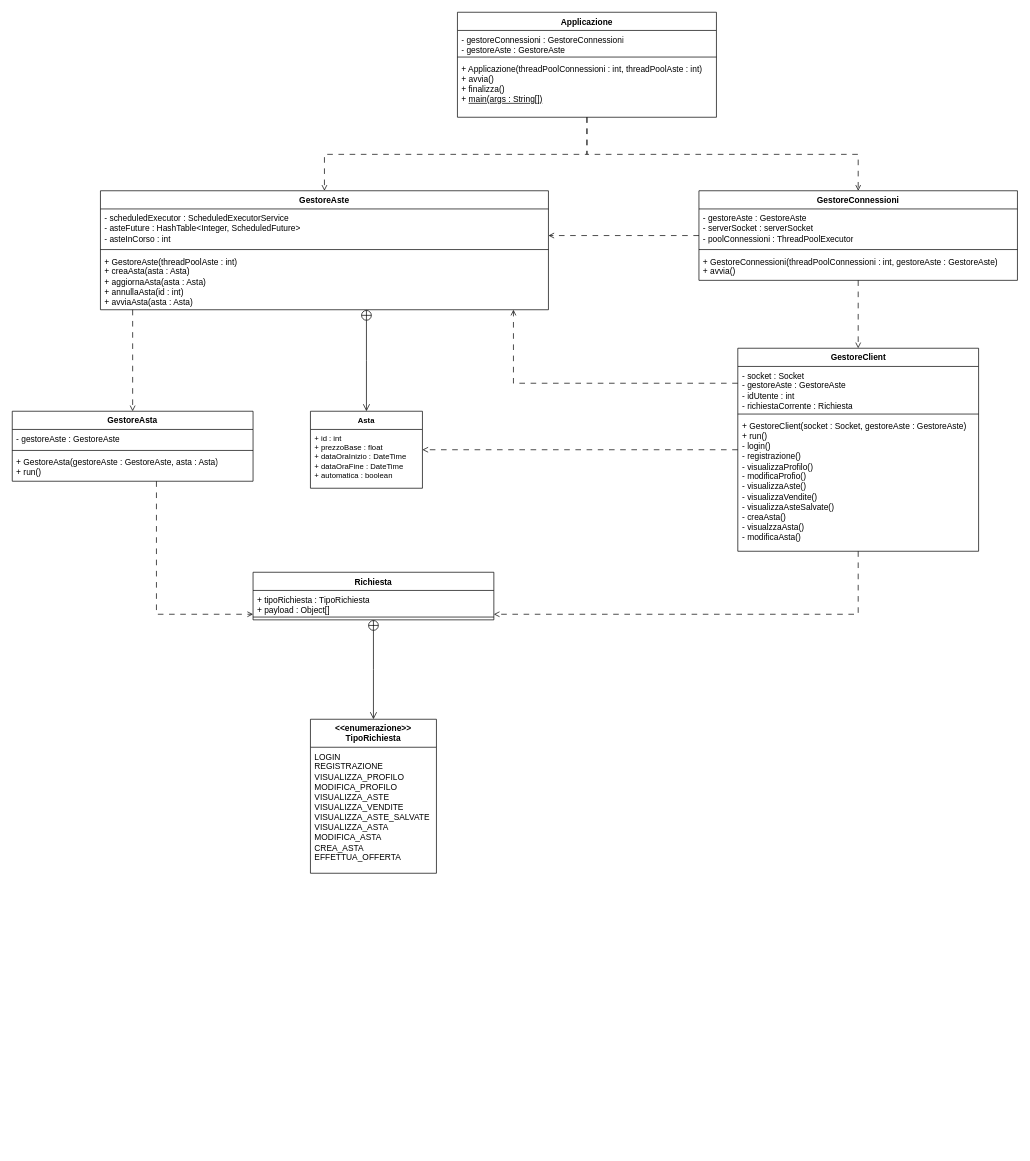
Before: documenti/DC-Server.drawio in Chaos-Rat/GAO, a draw.io diagram. Source tidied: cells renumbered, new cells numbered last; positions are measured from the earlier drawing's top-left corner, leaving out a move shared by most shapes. Both pictures are drawn from the tidied source at 70%, with x=0, y=0 at pixel (12, 12).
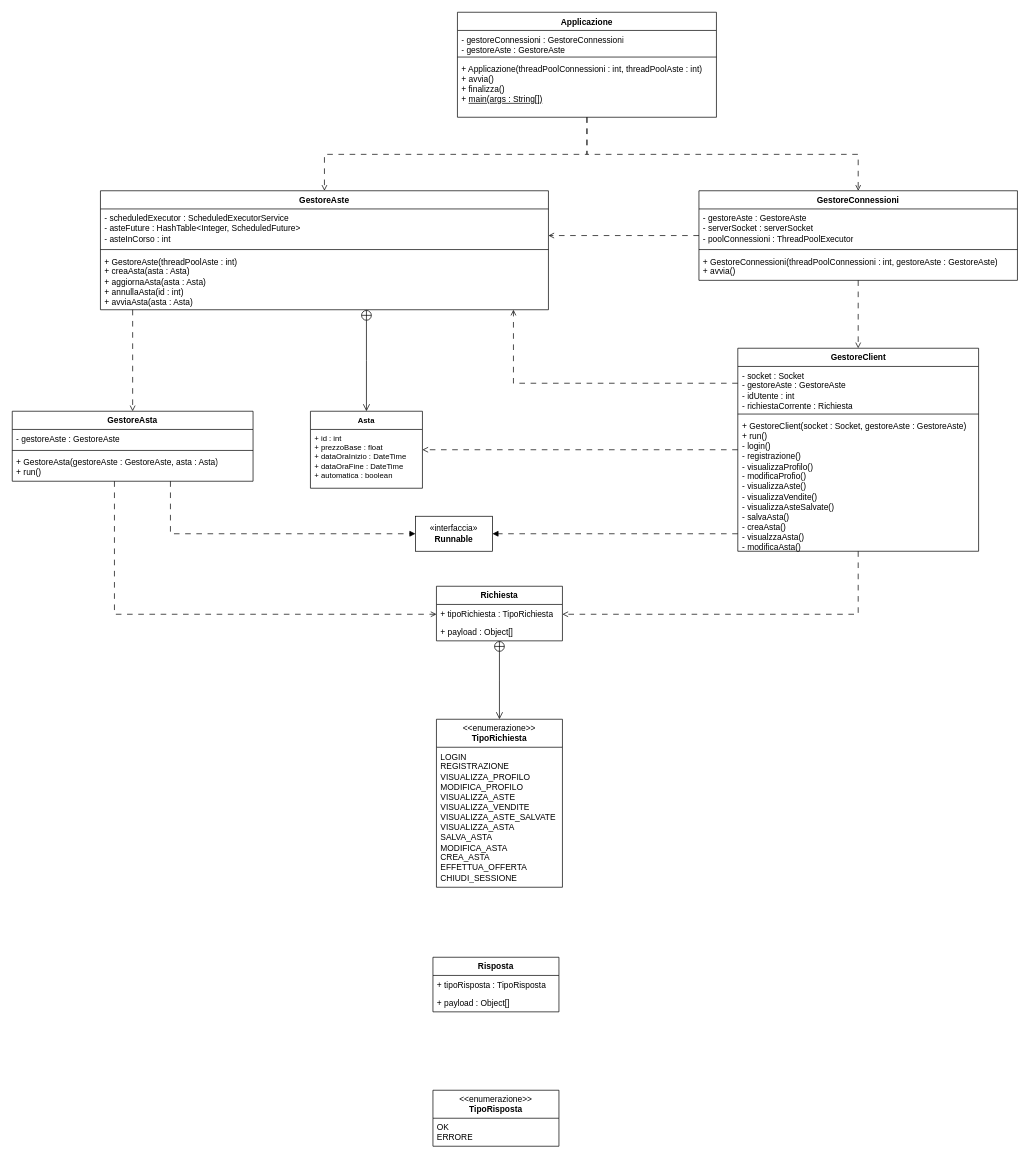
The same diagram, later.

Commit message:
Aggiornato digramma classi server

The change refers to these unchanged cells:
```xml
<mxCell id="10" value="GestoreClient" style="swimlane;fontStyle=1;align=center;verticalAlign=top;horizontal=1;startSize=26;whiteSpace=wrap;html=1;" parent="1" vertex="1">
  <mxGeometry x="1036.5" y="480" width="344" height="290" as="geometry" />
</mxCell>
<mxCell id="29" value="GestoreAsta" style="swimlane;fontStyle=1;align=center;verticalAlign=top;horizontal=1;startSize=26;whiteSpace=wrap;html=1;" parent="1" vertex="1">
  <mxGeometry y="570" width="344" height="100" as="geometry" />
</mxCell>
```

What changed in the source:
```diff
@@
+    <mxCell id="40" style="edgeStyle=orthogonalEdgeStyle;rounded=0;jettySize=auto;html=1;dashed=1;dashPattern=8 8;endArrow=block;endFill=1;" parent="1" edge="1" source="10" target="44">
+      <mxGeometry relative="1" as="geometry">
+        <Array as="points">
+          <mxPoint x="956" y="745" />
+          <mxPoint x="956" y="745" />
+        </Array>
+      </mxGeometry>
+    </mxCell>
@@
-    <mxCell id="13" value="&lt;div&gt;+ GestoreClient(socket : Socket, gestoreAste : GestoreAste)&lt;/div&gt;&lt;div&gt;+ run()&lt;/div&gt;&lt;div&gt;- login()&lt;/div&gt;&lt;div&gt;- registrazione()&lt;/div&gt;&lt;div&gt;- visualizzaProfilo()&lt;/div&gt;&lt;div&gt;- modificaProfio()&lt;/div&gt;&lt;div&gt;- visualizzaAste()&lt;/div&gt;&lt;div&gt;- visualizzaVendite()&lt;/div&gt;&lt;div&gt;- visualizzaAsteSalvate()&lt;/div&gt;&lt;div&gt;- creaAsta()&lt;/div&gt;&lt;div&gt;- visualzzaAsta()&lt;/div&gt;&lt;div&gt;- modificaAsta()&lt;/div&gt;" style="text;strokeColor=none;fillColor=none;align=left;verticalAlign=top;spacingLeft=4;spacingRight=4;overflow=hidden;whiteSpace=wrap;html=1;" parent="10" vertex="1">
+    <mxCell id="13" value="&lt;div&gt;+ GestoreClient(socket : Socket, gestoreAste : GestoreAste)&lt;/div&gt;&lt;div&gt;+ run()&lt;/div&gt;&lt;div&gt;- login()&lt;/div&gt;&lt;div&gt;- registrazione()&lt;/div&gt;&lt;div&gt;- visualizzaProfilo()&lt;/div&gt;&lt;div&gt;- modificaProfio()&lt;/div&gt;&lt;div&gt;- visualizzaAste()&lt;/div&gt;&lt;div&gt;- visualizzaVendite()&lt;/div&gt;&lt;div&gt;- visualizzaAsteSalvate()&lt;/div&gt;&lt;div&gt;- salvaAsta()&lt;/div&gt;&lt;div&gt;- creaAsta()&lt;/div&gt;&lt;div&gt;- visualzzaAsta()&lt;/div&gt;&lt;div&gt;- modificaAsta()&lt;/div&gt;" style="text;strokeColor=none;fillColor=none;align=left;verticalAlign=top;spacingLeft=4;spacingRight=4;overflow=hidden;whiteSpace=wrap;html=1;" parent="10" vertex="1">
       <mxGeometry y="98" width="344" height="192" as="geometry" />
     </mxCell>
@@
     <mxCell id="28" style="edgeStyle=orthogonalEdgeStyle;rounded=0;jettySize=auto;html=1;dashed=1;dashPattern=8 8;strokeColor=default;align=center;verticalAlign=middle;fontFamily=Helvetica;fontSize=11;fontColor=default;labelBackgroundColor=default;endArrow=open;endFill=0;" parent="1" edge="1" source="29" target="34">
       <mxGeometry relative="1" as="geometry">
         <Array as="points">
-          <mxPoint x="206" y="860" />
+          <mxPoint x="146" y="860" />
         </Array>
       </mxGeometry>
     </mxCell>
+    <mxCell id="41" style="edgeStyle=orthogonalEdgeStyle;rounded=0;jettySize=auto;html=1;dashed=1;dashPattern=8 8;endArrow=block;endFill=1;" parent="1" edge="1" source="29" target="44">
+      <mxGeometry relative="1" as="geometry">
+        <Array as="points">
+          <mxPoint x="226" y="745" />
+        </Array>
+      </mxGeometry>
+    </mxCell>
@@
-    <mxCell id="34" value="Richiesta" style="swimlane;fontStyle=1;align=center;verticalAlign=top;horizontal=1;startSize=26;whiteSpace=wrap;html=1;" parent="1" vertex="1">
-      <mxGeometry x="344" y="800" width="344" height="68" as="geometry" />
-    </mxCell>
-    <mxCell id="35" value="+ tipoRichiesta : TipoRichiesta&lt;div&gt;+ payload : Object[]&lt;/div&gt;" style="text;strokeColor=none;fillColor=none;align=left;verticalAlign=top;spacingLeft=4;spacingRight=4;overflow=hidden;whiteSpace=wrap;html=1;" parent="34" vertex="1">
-      <mxGeometry y="26" width="344" height="34" as="geometry" />
-    </mxCell>
-    <mxCell id="36" style="line;strokeWidth=1;fillColor=none;align=left;verticalAlign=middle;spacingTop=-1;spacingLeft=3;spacingRight=3;labelPosition=right;strokeColor=inherit;" parent="34" vertex="1">
-      <mxGeometry y="60" width="344" height="8" as="geometry" />
-    </mxCell>
-    <mxCell id="37" value="&lt;div&gt;&lt;b&gt;&amp;lt;&amp;lt;enumerazione&amp;gt;&amp;gt;&lt;/b&gt;&lt;/div&gt;&lt;b&gt;TipoRichiesta&lt;/b&gt;" style="swimlane;fontStyle=0;horizontal=1;startSize=40;fillColor=none;whiteSpace=wrap;html=1;" parent="1" vertex="1">
-      <mxGeometry x="426" y="1010" width="180" height="220" as="geometry" />
+    <mxCell id="37" value="&lt;div&gt;&amp;lt;&amp;lt;enumerazione&amp;gt;&amp;gt;&lt;/div&gt;&lt;b&gt;TipoRichiesta&lt;/b&gt;" style="swimlane;fontStyle=0;horizontal=1;startSize=40;fillColor=none;whiteSpace=wrap;html=1;" parent="1" vertex="1">
+      <mxGeometry x="606" y="1010" width="180" height="240" as="geometry" />
     </mxCell>
-    <mxCell id="38" value="LOGIN&lt;div&gt;REGISTRAZIONE&lt;/div&gt;&lt;div&gt;VISUALIZZA_PROFILO&lt;/div&gt;&lt;div&gt;MODIFICA_PROFILO&lt;/div&gt;&lt;div&gt;VISUALIZZA_ASTE&lt;/div&gt;&lt;div&gt;VISUALIZZA_VENDITE&lt;/div&gt;&lt;div&gt;VISUALIZZA_ASTE_SALVATE&lt;/div&gt;&lt;div&gt;VISUALIZZA_ASTA&lt;/div&gt;&lt;div&gt;MODIFICA_ASTA&lt;/div&gt;&lt;div&gt;CREA_ASTA&lt;/div&gt;&lt;div&gt;EFFETTUA_OFFERTA&lt;/div&gt;" style="text;strokeColor=none;fillColor=none;align=left;verticalAlign=top;spacingLeft=4;spacingRight=4;overflow=hidden;whiteSpace=wrap;html=1;" parent="37" vertex="1">
-      <mxGeometry y="40" width="180" height="180" as="geometry" />
+    <mxCell id="38" value="LOGIN&lt;div&gt;REGISTRAZIONE&lt;/div&gt;&lt;div&gt;VISUALIZZA_PROFILO&lt;/div&gt;&lt;div&gt;MODIFICA_PROFILO&lt;/div&gt;&lt;div&gt;VISUALIZZA_ASTE&lt;/div&gt;&lt;div&gt;VISUALIZZA_VENDITE&lt;/div&gt;&lt;div&gt;VISUALIZZA_ASTE_SALVATE&lt;/div&gt;&lt;div&gt;VISUALIZZA_ASTA&lt;/div&gt;&lt;div&gt;SALVA_ASTA&lt;/div&gt;&lt;div&gt;MODIFICA_ASTA&lt;/div&gt;&lt;div&gt;CREA_ASTA&lt;/div&gt;&lt;div&gt;EFFETTUA_OFFERTA&lt;/div&gt;&lt;div&gt;CHIUDI_SESSIONE&lt;/div&gt;" style="text;strokeColor=none;fillColor=none;align=left;verticalAlign=top;spacingLeft=4;spacingRight=4;overflow=hidden;whiteSpace=wrap;html=1;" parent="37" vertex="1">
+      <mxGeometry y="40" width="180" height="200" as="geometry" />
     </mxCell>
@@
+    <mxCell id="34" value="&lt;b&gt;Richiesta&lt;/b&gt;" style="swimlane;fontStyle=0;horizontal=1;startSize=26;fillColor=none;whiteSpace=wrap;html=1;" parent="1" vertex="1">
+      <mxGeometry x="606" y="820" width="180" height="78" as="geometry" />
+    </mxCell>
+    <mxCell id="42" value="+ tipoRichiesta : TipoRichiesta" style="text;strokeColor=none;fillColor=none;align=left;verticalAlign=top;spacingLeft=4;spacingRight=4;overflow=hidden;whiteSpace=wrap;html=1;" parent="34" vertex="1">
+      <mxGeometry y="26" width="180" height="26" as="geometry" />
+    </mxCell>
+    <mxCell id="43" value="+ payload : Object[]" style="text;strokeColor=none;fillColor=none;align=left;verticalAlign=top;spacingLeft=4;spacingRight=4;overflow=hidden;whiteSpace=wrap;html=1;" parent="34" vertex="1">
+      <mxGeometry y="52" width="180" height="26" as="geometry" />
+    </mxCell>
+    <mxCell id="44" value="«interfaccia»&lt;br&gt;&lt;b&gt;Runnable&lt;/b&gt;" style="html=1;whiteSpace=wrap;" parent="1" vertex="1">
+      <mxGeometry x="576" y="720" width="110" height="50" as="geometry" />
+    </mxCell>
+    <mxCell id="45" value="&lt;b&gt;Risposta&lt;/b&gt;" style="swimlane;fontStyle=0;horizontal=1;startSize=26;fillColor=none;whiteSpace=wrap;html=1;" parent="1" vertex="1">
+      <mxGeometry x="601" y="1350" width="180" height="78" as="geometry" />
+    </mxCell>
+    <mxCell id="46" value="+ tipoRisposta : TipoRisposta" style="text;strokeColor=none;fillColor=none;align=left;verticalAlign=top;spacingLeft=4;spacingRight=4;overflow=hidden;whiteSpace=wrap;html=1;" parent="45" vertex="1">
+      <mxGeometry y="26" width="180" height="26" as="geometry" />
+    </mxCell>
+    <mxCell id="47" value="+ payload : Object[]" style="text;strokeColor=none;fillColor=none;align=left;verticalAlign=top;spacingLeft=4;spacingRight=4;overflow=hidden;whiteSpace=wrap;html=1;" parent="45" vertex="1">
+      <mxGeometry y="52" width="180" height="26" as="geometry" />
+    </mxCell>
+    <mxCell id="48" value="&lt;div&gt;&amp;lt;&amp;lt;enumerazione&amp;gt;&amp;gt;&lt;/div&gt;&lt;b&gt;TipoRisposta&lt;/b&gt;" style="swimlane;fontStyle=0;horizontal=1;startSize=40;fillColor=none;whiteSpace=wrap;html=1;" parent="1" vertex="1">
+      <mxGeometry x="601" y="1540" width="180" height="80" as="geometry" />
+    </mxCell>
+    <mxCell id="49" value="OK&lt;div&gt;ERRORE&lt;/div&gt;" style="text;strokeColor=none;fillColor=none;align=left;verticalAlign=top;spacingLeft=4;spacingRight=4;overflow=hidden;whiteSpace=wrap;html=1;" parent="48" vertex="1">
+      <mxGeometry y="40" width="180" height="40" as="geometry" />
+    </mxCell>
```
